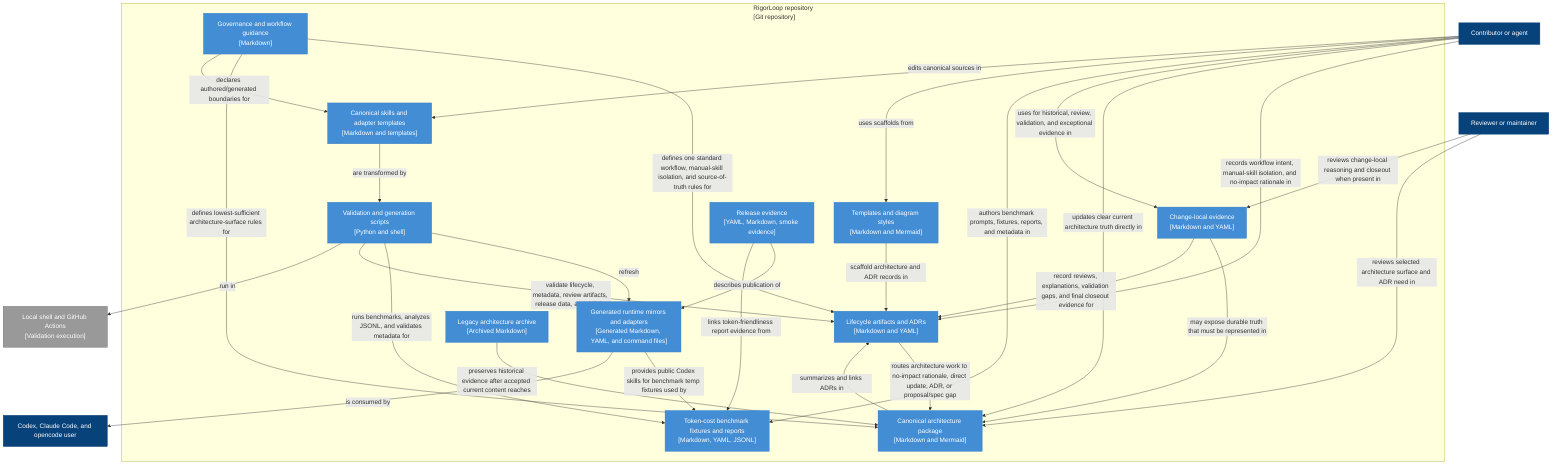
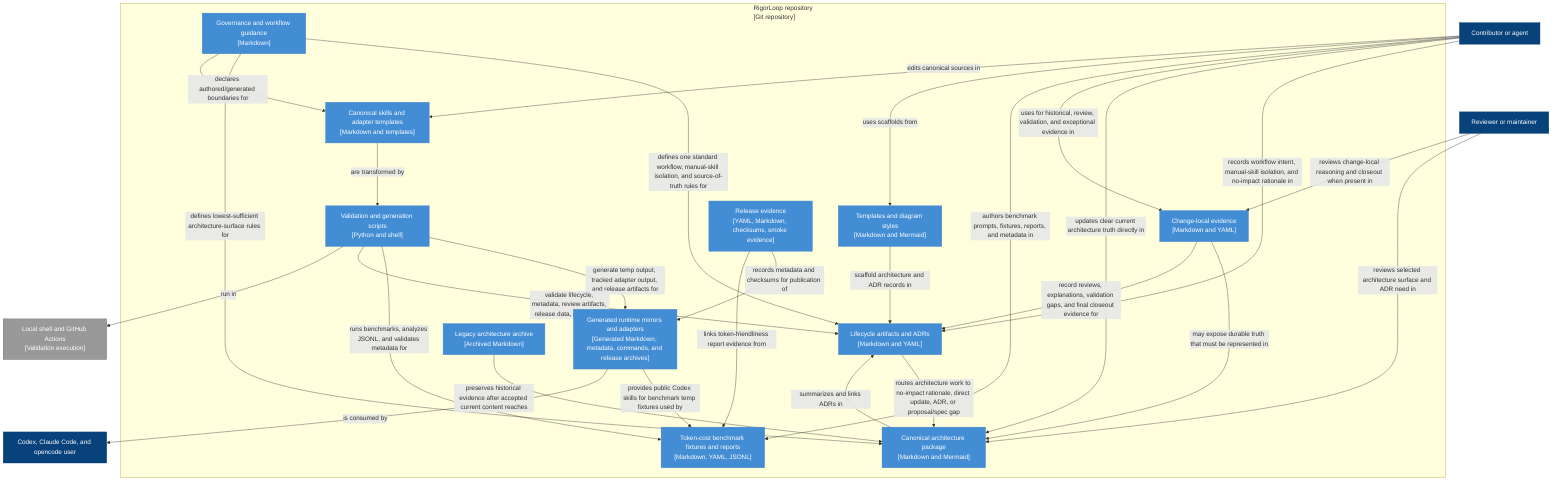
flowchart TB
  contributor["Contributor or agent"]:::person
  reviewer["Reviewer or maintainer"]:::person
  execution["Local shell and GitHub Actions<br/>[Validation execution]"]:::external
  adapter_user["Codex, Claude Code, and opencode user"]:::person

  subgraph repo["RigorLoop repository<br/>[Git repository]"]
    governance["Governance and workflow guidance<br/>[Markdown]"]:::container
    lifecycle["Lifecycle artifacts and ADRs<br/>[Markdown and YAML]"]:::container
    token_bench["Token-cost benchmark fixtures and reports<br/>[Markdown, YAML, JSONL]"]:::container
    architecture["Canonical architecture package<br/>[Markdown and Mermaid]"]:::container
    changes["Change-local evidence<br/>[Markdown and YAML]"]:::container
    templates["Templates and diagram styles<br/>[Markdown and Mermaid]"]:::container
    skills["Canonical skills and adapter templates<br/>[Markdown and templates]"]:::container
    scripts["Validation and generation scripts<br/>[Python and shell]"]:::container
-     generated["Generated runtime mirrors and adapters<br/>[Generated Markdown, YAML, and command files]"]:::container
-     release["Release evidence<br/>[YAML, Markdown, smoke evidence]"]:::container
+     generated["Generated runtime mirrors and adapters<br/>[Generated Markdown, metadata, commands, and release archives]"]:::container
+     release["Release evidence<br/>[YAML, Markdown, checksums, smoke evidence]"]:::container
    legacy["Legacy architecture archive<br/>[Archived Markdown]"]:::container
  end

  contributor -->|records workflow intent, manual-skill isolation, and no-impact rationale in| lifecycle
  contributor -->|updates clear current architecture truth directly in| architecture
  contributor -->|uses for historical, review, validation, and exceptional evidence in| changes
  contributor -->|authors benchmark prompts, fixtures, reports, and metadata in| token_bench
  contributor -->|uses scaffolds from| templates
  contributor -->|edits canonical sources in| skills
  reviewer -->|reviews selected architecture surface and ADR need in| architecture
  reviewer -->|reviews change-local reasoning and closeout when present in| changes
  governance -->|defines one standard workflow, manual-skill isolation, and source-of-truth rules for| lifecycle
  governance -->|defines lowest-sufficient architecture-surface rules for| architecture
  governance -->|declares authored/generated boundaries for| skills
  lifecycle -->|routes architecture work to no-impact rationale, direct update, ADR, or proposal/spec gap| architecture
  changes -->|may expose durable truth that must be represented in| architecture
  changes -->|record reviews, explanations, validation gaps, and final closeout evidence for| lifecycle
  templates -->|scaffold architecture and ADR records in| lifecycle
  skills -->|are transformed by| scripts
-   scripts -->|refresh| generated
+   scripts -->|generate temp output, tracked adapter output, and release artifacts for| generated
  scripts -->|runs benchmarks, analyzes JSONL, and validates metadata for| token_bench
  generated -->|provides public Codex skills for benchmark temp fixtures used by| token_bench
  scripts -->|validate lifecycle, metadata, review artifacts, release data, and drift for| lifecycle
  scripts -->|run in| execution
-   release -->|describes publication of| generated
+   release -->|records metadata and checksums for publication of| generated
  release -->|links token-friendliness report evidence from| token_bench
  generated -->|is consumed by| adapter_user
  legacy -->|preserves historical evidence after accepted current content reaches| architecture
  architecture -->|summarizes and links ADRs in| lifecycle

  classDef person fill:#08427b,stroke:#073b6f,color:#fff
  classDef system fill:#1168bd,stroke:#0e5aa7,color:#fff
  classDef external fill:#999,stroke:#666,color:#fff
  classDef container fill:#438dd5,stroke:#3c7fc0,color:#fff
